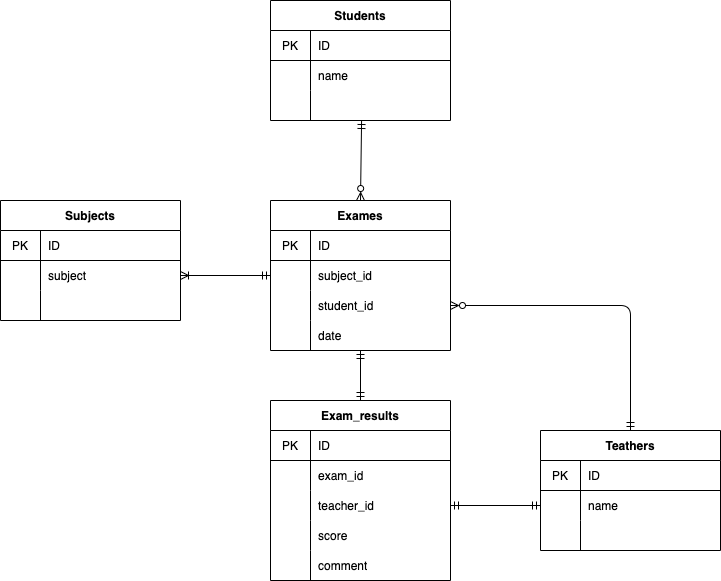
Before: practice.drawio.png, a diagram exported from draw.io (appar377/EP-practice). Source tidied: cells renumbered, new cells last; positions are measured from the earlier drawing's top-left corner, leaving out a move shared by most shapes.
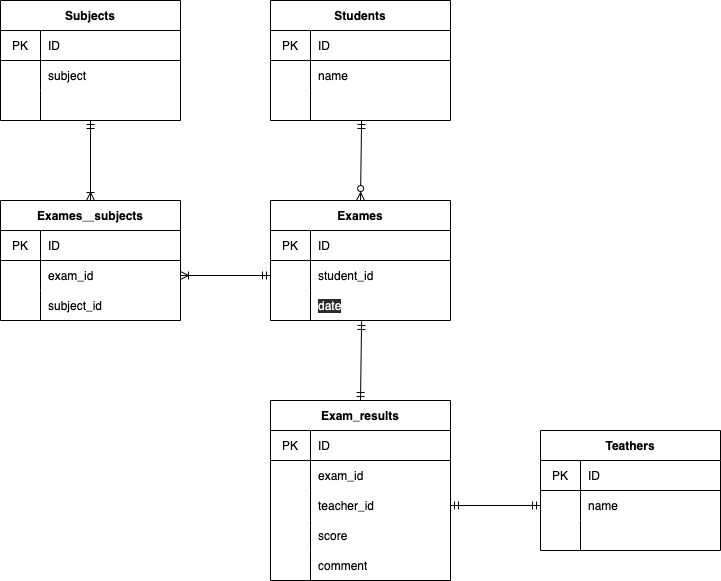
Above is the later version.

The edit, as a diff of the source:
```diff
@@ -63,7 +63,7 @@
       <mxGeometry x="40" width="140" height="30" as="geometry" />
     </mxCell>
     <mxCell id="22" value="Exames" style="shape=table;startSize=30;rowLines=0;fontStyle=1;align=center;" parent="1" vertex="1">
-      <mxGeometry x="270" y="200" width="180" height="150" as="geometry" />
+      <mxGeometry x="270" y="200" width="180" height="120" as="geometry" />
     </mxCell>
     <mxCell id="23" style="shape=partialRectangle;html=1;whiteSpace=wrap;fillColor=none;top=0;left=0;bottom=1;right=0;" parent="22" vertex="1">
       <mxGeometry y="30" width="180" height="30" as="geometry" />
@@ -80,7 +80,7 @@
     <mxCell id="27" style="shape=partialRectangle;html=1;whiteSpace=wrap;fillColor=none;top=0;left=0;bottom=0;right=0;overflow=hidden;" parent="26" vertex="1">
       <mxGeometry width="40" height="30" as="geometry" />
     </mxCell>
-    <mxCell id="28" value="subject_id" style="shape=partialRectangle;html=1;whiteSpace=wrap;fillColor=none;top=0;left=0;bottom=0;right=0;align=left;spacingLeft=6;overflow=hidden;" parent="26" vertex="1">
+    <mxCell id="28" value="&lt;span&gt;student_id&lt;/span&gt;" style="shape=partialRectangle;html=1;whiteSpace=wrap;fillColor=none;top=0;left=0;bottom=0;right=0;align=left;spacingLeft=6;overflow=hidden;" parent="26" vertex="1">
       <mxGeometry x="40" width="140" height="30" as="geometry" />
     </mxCell>
     <mxCell id="29" style="shape=partialRectangle;html=1;whiteSpace=wrap;fillColor=none;top=0;left=0;bottom=0;right=0;points=[[0,0.5],[1,0.5]];portConstraint=eastwest;" parent="22" vertex="1">
@@ -89,18 +89,9 @@
     <mxCell id="30" style="shape=partialRectangle;html=1;whiteSpace=wrap;fillColor=none;top=0;left=0;bottom=0;right=0;overflow=hidden;" parent="29" vertex="1">
       <mxGeometry width="40" height="30" as="geometry" />
     </mxCell>
-    <mxCell id="31" value="student_id" style="shape=partialRectangle;html=1;whiteSpace=wrap;fillColor=none;top=0;left=0;bottom=0;right=0;align=left;spacingLeft=6;overflow=hidden;" parent="29" vertex="1">
+    <mxCell id="31" value="&lt;meta charset=&quot;utf-8&quot;&gt;&lt;span style=&quot;color: rgb(240, 240, 240); font-family: helvetica; font-size: 12px; font-style: normal; font-weight: 400; letter-spacing: normal; text-align: left; text-indent: 0px; text-transform: none; word-spacing: 0px; background-color: rgb(42, 42, 42); display: inline; float: none;&quot;&gt;date&lt;/span&gt;" style="shape=partialRectangle;html=1;whiteSpace=wrap;fillColor=none;top=0;left=0;bottom=0;right=0;align=left;spacingLeft=6;overflow=hidden;" parent="29" vertex="1">
       <mxGeometry x="40" width="140" height="30" as="geometry" />
     </mxCell>
-    <mxCell id="32" style="shape=partialRectangle;html=1;whiteSpace=wrap;fillColor=none;top=0;left=0;bottom=0;right=0;" parent="22" vertex="1">
-      <mxGeometry y="120" width="180" height="30" as="geometry" />
-    </mxCell>
-    <mxCell id="33" style="shape=partialRectangle;html=1;whiteSpace=wrap;fillColor=none;top=0;left=0;bottom=0;right=0;overflow=hidden;" parent="32" vertex="1">
-      <mxGeometry width="40" height="30" as="geometry" />
-    </mxCell>
-    <mxCell id="34" value="date" style="shape=partialRectangle;html=1;whiteSpace=wrap;fillColor=none;top=0;left=0;bottom=0;right=0;align=left;spacingLeft=6;overflow=hidden;" parent="32" vertex="1">
-      <mxGeometry x="40" width="140" height="30" as="geometry" />
-    </mxCell>
     <mxCell id="35" value="Exam_results" style="shape=table;startSize=30;rowLines=0;fontStyle=1;align=center;" parent="1" vertex="1">
       <mxGeometry x="270" y="400" width="180" height="180" as="geometry" />
     </mxCell>
@@ -152,13 +143,11 @@
     <mxCell id="51" style="endArrow=ERmandOne;html=1;entryX=0.506;entryY=1;entryDx=0;entryDy=0;entryPerimeter=0;exitX=0.5;exitY=0;exitDx=0;exitDy=0;endFill=0;startArrow=ERzeroToMany;startFill=0;" parent="1" edge="1" source="22" target="9">
       <mxGeometry relative="1" as="geometry" />
     </mxCell>
-    <mxCell id="52" style="endArrow=ERmandOne;html=1;exitX=0.5;exitY=0;exitDx=0;exitDy=0;endFill=0;startArrow=ERmandOne;startFill=0;" parent="1" edge="1" source="35">
-      <mxGeometry relative="1" as="geometry">
-        <mxPoint x="360" y="350" as="targetPoint" />
-      </mxGeometry>
+    <mxCell id="52" style="endArrow=ERmandOne;html=1;exitX=0.5;exitY=0;exitDx=0;exitDy=0;endFill=0;startArrow=ERmandOne;startFill=0;entryX=0.506;entryY=1.033;entryDx=0;entryDy=0;entryPerimeter=0;" parent="1" edge="1" source="35" target="29">
+      <mxGeometry relative="1" as="geometry" />
     </mxCell>
     <mxCell id="53" value="Subjects" style="shape=table;startSize=30;rowLines=0;fontStyle=1;align=center;" parent="1" vertex="1">
-      <mxGeometry y="200" width="180" height="120" as="geometry" />
+      <mxGeometry width="180" height="120" as="geometry" />
     </mxCell>
     <mxCell id="54" style="shape=partialRectangle;html=1;whiteSpace=wrap;fillColor=none;top=0;left=0;bottom=1;right=0;" parent="53" vertex="1">
       <mxGeometry y="30" width="180" height="30" as="geometry" />
@@ -195,12 +184,38 @@
     <mxCell id="64" style="endArrow=ERmandOne;html=1;entryX=0;entryY=0.5;entryDx=0;entryDy=0;exitX=1;exitY=0.5;exitDx=0;exitDy=0;endFill=0;startArrow=ERmandOne;startFill=0;" parent="1" edge="1" source="42" target="16">
       <mxGeometry relative="1" as="geometry" />
     </mxCell>
-    <mxCell id="65" style="edgeStyle=segmentEdgeStyle;endArrow=ERzeroToMany;html=1;entryX=1;entryY=0.5;entryDx=0;entryDy=0;exitX=0.5;exitY=0;exitDx=0;exitDy=0;endFill=0;startArrow=ERmandOne;startFill=0;" parent="1" edge="1" source="12" target="29">
-      <mxGeometry relative="1" as="geometry">
-        <Array as="points">
-          <mxPoint x="630" y="305" />
-        </Array>
-      </mxGeometry>
-    </mxCell>
+    <mxCell id="66" value="Exames＿subjects" style="shape=table;startSize=30;rowLines=0;fontStyle=1;align=center;" parent="1" vertex="1">
+      <mxGeometry y="200" width="180" height="120" as="geometry" />
+    </mxCell>
+    <mxCell id="67" style="shape=partialRectangle;html=1;whiteSpace=wrap;fillColor=none;top=0;left=0;bottom=1;right=0;" parent="66" vertex="1">
+      <mxGeometry y="30" width="180" height="30" as="geometry" />
+    </mxCell>
+    <mxCell id="68" value="PK" style="shape=partialRectangle;html=1;whiteSpace=wrap;fillColor=none;top=0;left=0;bottom=0;right=0;overflow=hidden;" parent="67" vertex="1">
+      <mxGeometry width="40" height="30" as="geometry" />
+    </mxCell>
+    <mxCell id="69" value="ID" style="shape=partialRectangle;html=1;whiteSpace=wrap;fillColor=none;top=0;left=0;bottom=0;right=0;align=left;spacingLeft=6;overflow=hidden;" parent="67" vertex="1">
+      <mxGeometry x="40" width="140" height="30" as="geometry" />
+    </mxCell>
+    <mxCell id="70" style="shape=partialRectangle;html=1;whiteSpace=wrap;fillColor=none;top=0;left=0;bottom=0;right=0;" parent="66" vertex="1">
+      <mxGeometry y="60" width="180" height="30" as="geometry" />
+    </mxCell>
+    <mxCell id="71" style="shape=partialRectangle;html=1;whiteSpace=wrap;fillColor=none;top=0;left=0;bottom=0;right=0;overflow=hidden;" parent="70" vertex="1">
+      <mxGeometry width="40" height="30" as="geometry" />
+    </mxCell>
+    <mxCell id="72" value="exam_id" style="shape=partialRectangle;html=1;whiteSpace=wrap;fillColor=none;top=0;left=0;bottom=0;right=0;align=left;spacingLeft=6;overflow=hidden;" parent="70" vertex="1">
+      <mxGeometry x="40" width="140" height="30" as="geometry" />
+    </mxCell>
+    <mxCell id="73" style="shape=partialRectangle;html=1;whiteSpace=wrap;fillColor=none;top=0;left=0;bottom=0;right=0;" parent="66" vertex="1">
+      <mxGeometry y="90" width="180" height="30" as="geometry" />
+    </mxCell>
+    <mxCell id="74" style="shape=partialRectangle;html=1;whiteSpace=wrap;fillColor=none;top=0;left=0;bottom=0;right=0;overflow=hidden;" parent="73" vertex="1">
+      <mxGeometry width="40" height="30" as="geometry" />
+    </mxCell>
+    <mxCell id="75" value="subject_id" style="shape=partialRectangle;html=1;whiteSpace=wrap;fillColor=none;top=0;left=0;bottom=0;right=0;align=left;spacingLeft=6;overflow=hidden;" parent="73" vertex="1">
+      <mxGeometry x="40" width="140" height="30" as="geometry" />
+    </mxCell>
+    <mxCell id="76" style="endArrow=ERmandOne;html=1;entryX=0.5;entryY=1;entryDx=0;entryDy=0;entryPerimeter=0;exitX=0.5;exitY=0;exitDx=0;exitDy=0;endFill=0;startArrow=ERoneToMany;startFill=0;" parent="1" edge="1" source="66" target="60">
+      <mxGeometry relative="1" as="geometry" />
+    </mxCell>
   </root>
 </mxGraphModel>
```
